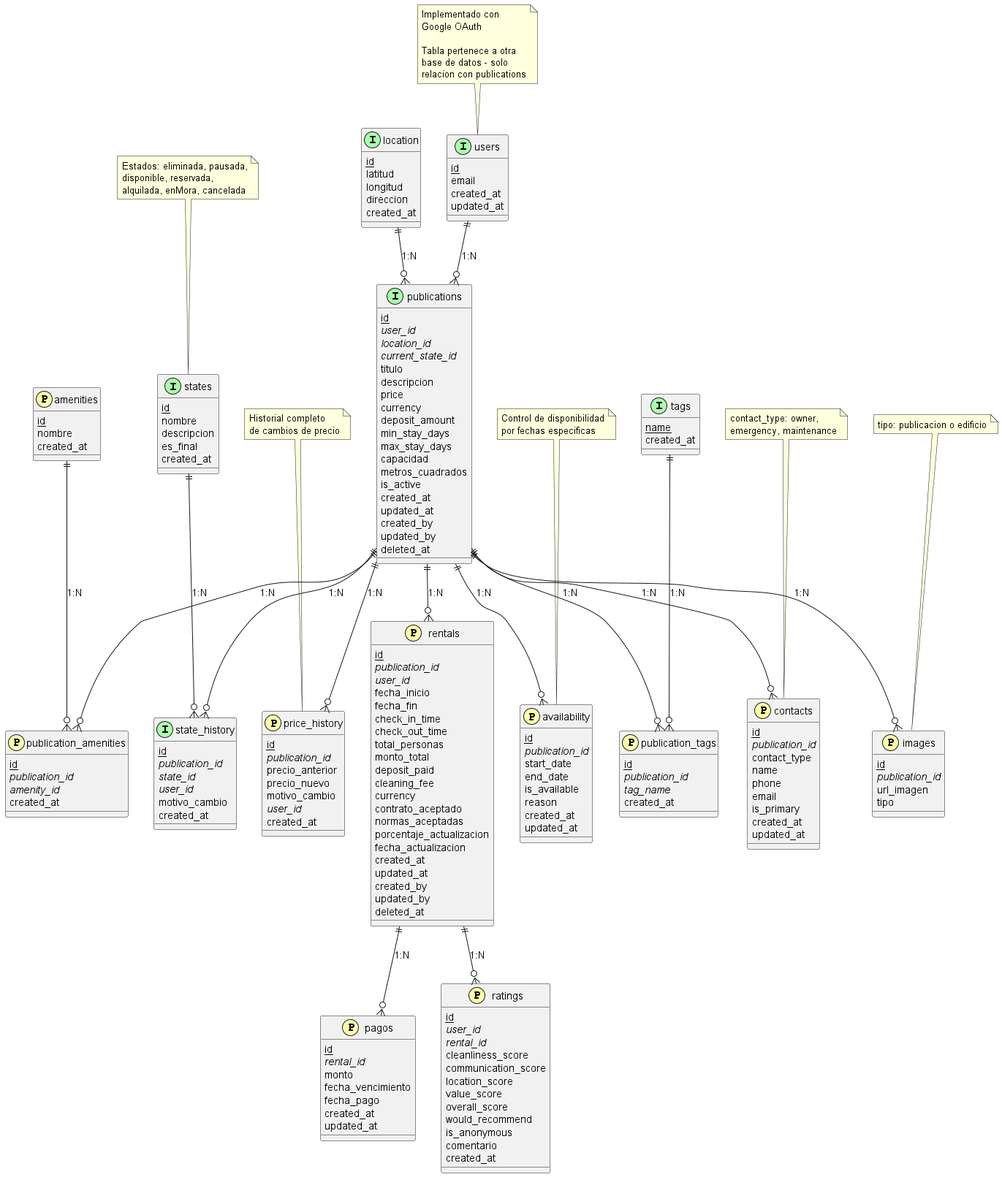
Earlier version of the PlantUML export diagrams/entidad_relacion.png (FacuDemarchi/residencias).
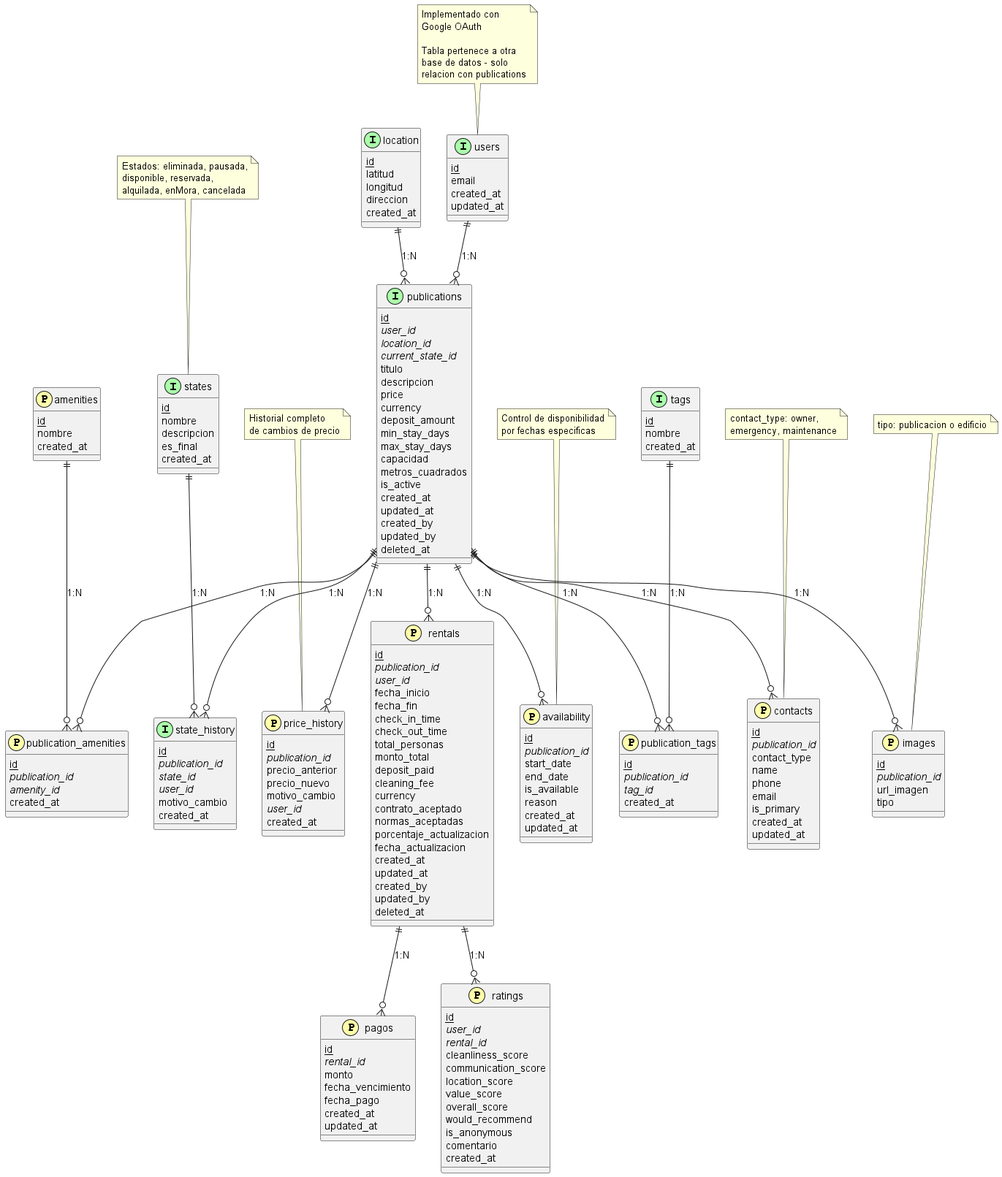
The same diagram one commit later.

What changed in the source:
```diff
@@ -15,7 +15,8 @@
 }
 
 implemented(tags) {
-  primary_key(name)
+  primary_key(id)
+  nombre
   created_at
 }
 
@@ -136,7 +137,7 @@
 planned(publication_tags) {
   primary_key(id)
   foreign_key(publication_id)
-  foreign_key(tag_name)
+  foreign_key(tag_id)
   created_at
 }
 
```
